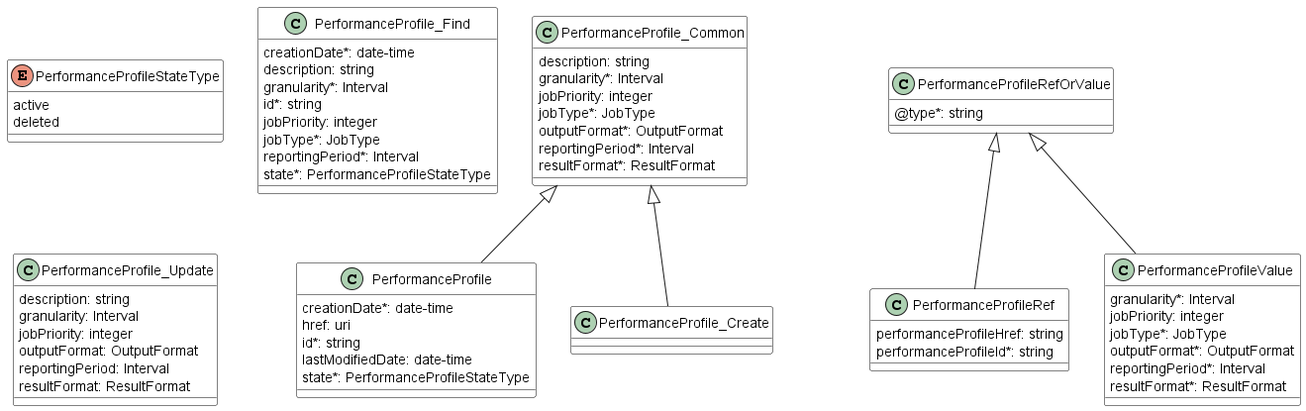
MEF-GIT/MEF-LSO-Legato-SDK keeps this PlantUML diagram as documentation/serviceApi/pm/performance/media/performanceMonitoringDataModelPart3.png. Above is the earlier version. The source it was exported from:
```plantuml
@startuml performanceMonitoringDataModelPart3
skinparam {
    ClassBackgroundColor White
    ClassBorderColor Black
}

class PerformanceProfile {
    creationDate*: date-time
    href: uri
    id*: string
    lastModifiedDate: date-time
    state*: PerformanceProfileStateType
}
PerformanceProfile_Common <|-- PerformanceProfile

class PerformanceProfileRef {
    performanceProfileHref: string
    performanceProfileId*: string
}
PerformanceProfileRefOrValue <|-- PerformanceProfileRef

class PerformanceProfileRefOrValue {
    @type*: string
}

enum PerformanceProfileStateType {
    active
    deleted
}

class PerformanceProfileValue {
    granularity*: Interval
    jobPriority: integer
    jobType*: JobType
    outputFormat*: OutputFormat
    reportingPeriod*: Interval
    resultFormat*: ResultFormat
}
PerformanceProfileRefOrValue <|-- PerformanceProfileValue

class PerformanceProfile_Common {
    description: string
    granularity*: Interval
    jobPriority: integer
    jobType*: JobType
    outputFormat*: OutputFormat
    reportingPeriod*: Interval
    resultFormat*: ResultFormat
}

class PerformanceProfile_Create {
}
PerformanceProfile_Common <|-- PerformanceProfile_Create

class PerformanceProfile_Find {
    creationDate*: date-time
    description: string
    granularity*: Interval
    id*: string
    jobPriority: integer
    jobType*: JobType
    reportingPeriod*: Interval
    state*: PerformanceProfileStateType
}

class PerformanceProfile_Update {
    description: string
    granularity: Interval
    jobPriority: integer
    outputFormat: OutputFormat
    reportingPeriod: Interval
    resultFormat: ResultFormat
}

@enduml
```
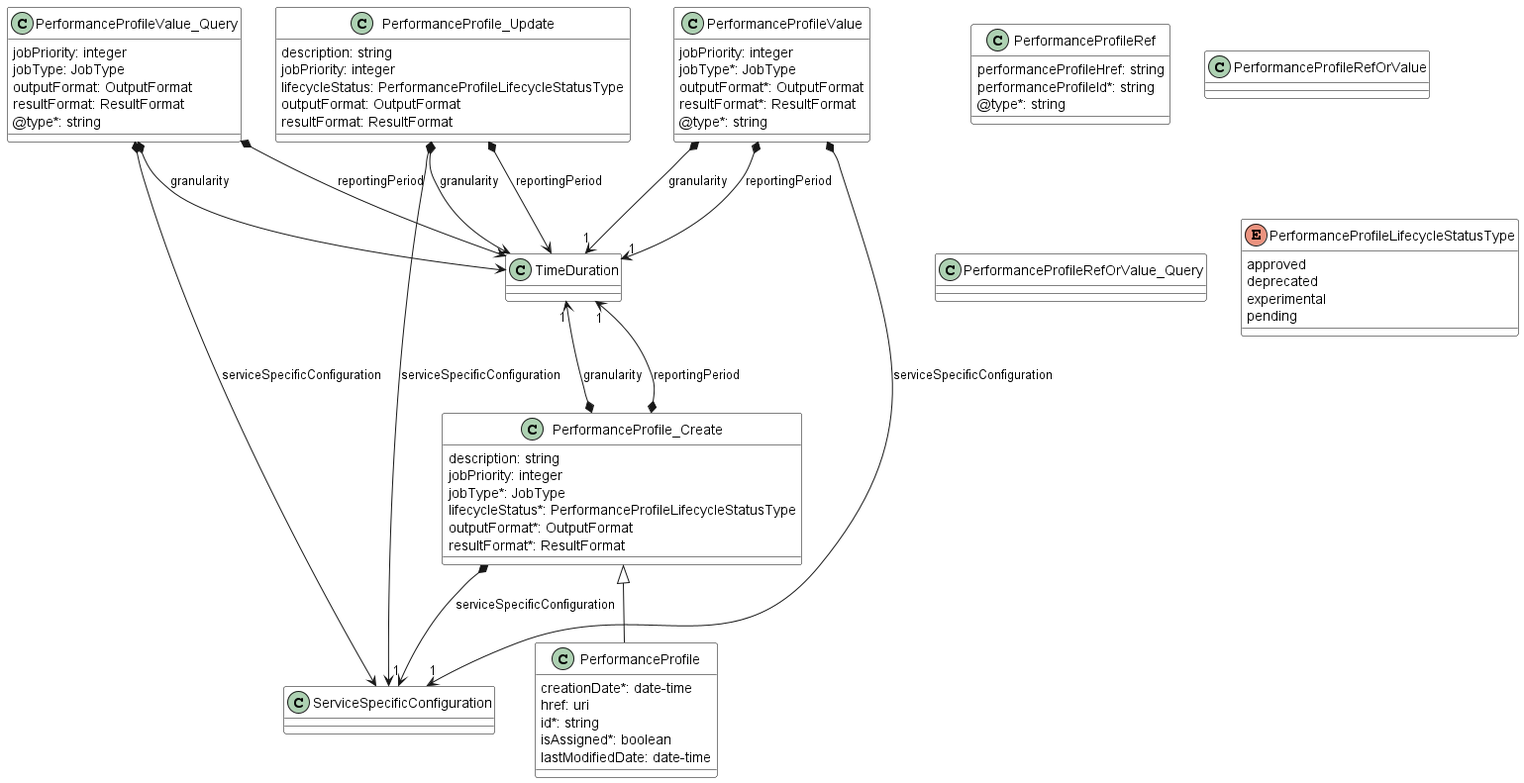
The same file after the commit.

Change to the diagram source:
```diff
@@ -5,71 +5,102 @@
 }
 
 class PerformanceProfile {
+
     creationDate*: date-time
     href: uri
     id*: string
+    isAssigned*: boolean
     lastModifiedDate: date-time
-    state*: PerformanceProfileStateType
 }
-PerformanceProfile_Common <|-- PerformanceProfile
+PerformanceProfile_Create <|-- PerformanceProfile
 
 class PerformanceProfileRef {
+
     performanceProfileHref: string
     performanceProfileId*: string
-}
-PerformanceProfileRefOrValue <|-- PerformanceProfileRef
-
-class PerformanceProfileRefOrValue {
     @type*: string
 }
 
-enum PerformanceProfileStateType {
-    active
-    deleted
+
+
+class PerformanceProfileRefOrValue {
+
 }
 
+
+
+class PerformanceProfileRefOrValue_Query {
+
+}
+
+
+
 class PerformanceProfileValue {
-    granularity*: Interval
+
     jobPriority: integer
     jobType*: JobType
     outputFormat*: OutputFormat
-    reportingPeriod*: Interval
     resultFormat*: ResultFormat
+    @type*: string
 }
-PerformanceProfileRefOrValue <|-- PerformanceProfileValue
 
-class PerformanceProfile_Common {
+PerformanceProfileValue *-->"1" TimeDuration : granularity
+PerformanceProfileValue *-->"1" TimeDuration : reportingPeriod
+PerformanceProfileValue *-->"1" ServiceSpecificConfiguration : serviceSpecificConfiguration
+
+
+
+
+class PerformanceProfileValue_Query {
+
+    jobPriority: integer
+    jobType: JobType
+    outputFormat: OutputFormat
+    resultFormat: ResultFormat
+    @type*: string
+}
+
+PerformanceProfileValue_Query *--> TimeDuration : granularity
+PerformanceProfileValue_Query *--> TimeDuration : reportingPeriod
+PerformanceProfileValue_Query *--> ServiceSpecificConfiguration : serviceSpecificConfiguration
+
+
+class PerformanceProfile_Create {
+
     description: string
-    granularity*: Interval
     jobPriority: integer
     jobType*: JobType
+    lifecycleStatus*: PerformanceProfileLifecycleStatusType
     outputFormat*: OutputFormat
-    reportingPeriod*: Interval
     resultFormat*: ResultFormat
 }
 
-class PerformanceProfile_Create {
-}
-PerformanceProfile_Common <|-- PerformanceProfile_Create
+PerformanceProfile_Create *-->"1" TimeDuration : granularity
+PerformanceProfile_Create *-u->"1" TimeDuration : reportingPeriod
+PerformanceProfile_Create *-->"1" ServiceSpecificConfiguration : serviceSpecificConfiguration
 
-class PerformanceProfile_Find {
-    creationDate*: date-time
-    description: string
-    granularity*: Interval
-    id*: string
-    jobPriority: integer
-    jobType*: JobType
-    reportingPeriod*: Interval
-    state*: PerformanceProfileStateType
-}
 
 class PerformanceProfile_Update {
+
     description: string
-    granularity: Interval
     jobPriority: integer
+    lifecycleStatus: PerformanceProfileLifecycleStatusType
     outputFormat: OutputFormat
-    reportingPeriod: Interval
     resultFormat: ResultFormat
 }
 
+PerformanceProfile_Update *--> TimeDuration : granularity
+PerformanceProfile_Update *--> TimeDuration : reportingPeriod
+PerformanceProfile_Update *--> ServiceSpecificConfiguration : serviceSpecificConfiguration
+
+enum PerformanceProfileLifecycleStatusType {
+
+    approved
+    deprecated
+    experimental
+    pending
+}
+
+
+
 @enduml
```
